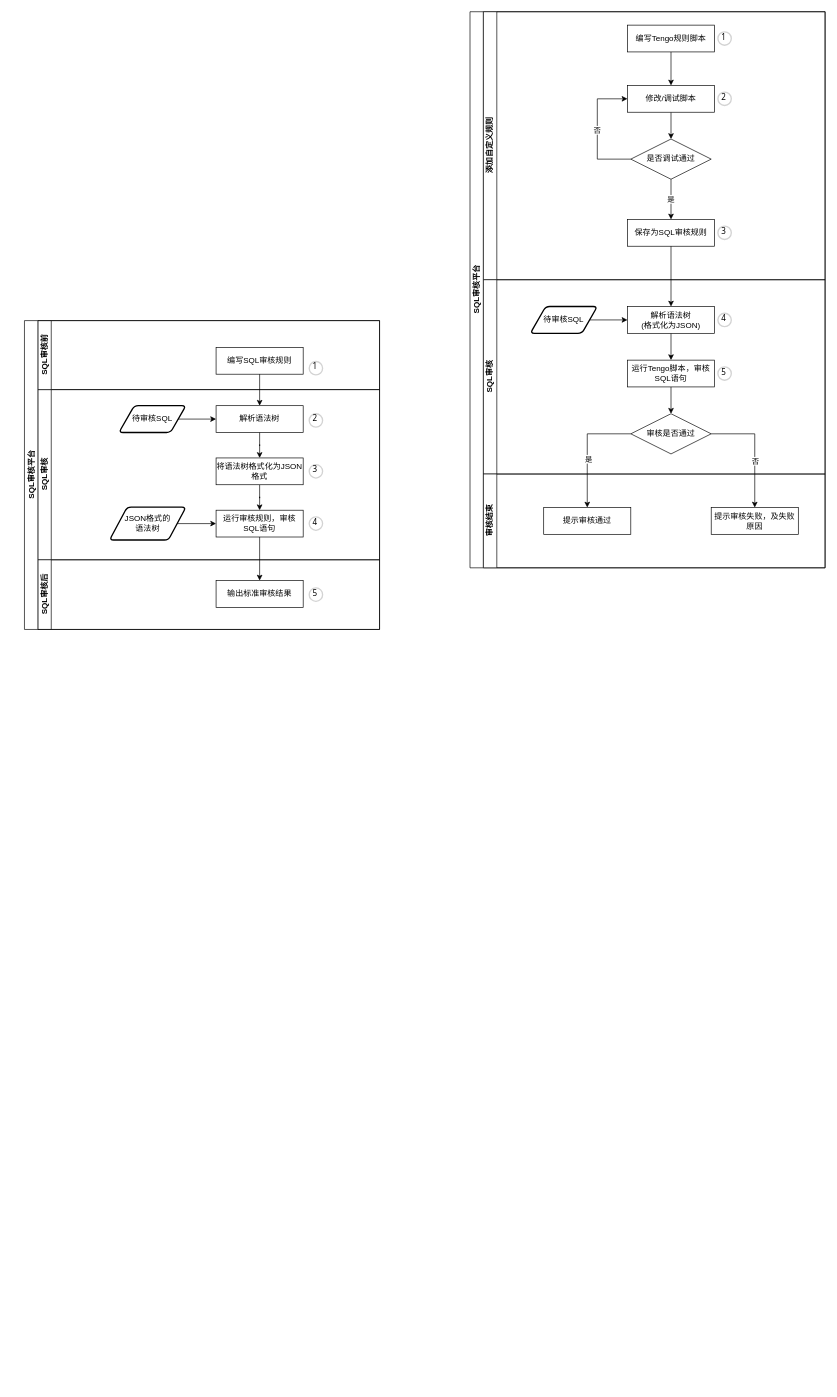
This is tengo-rule.drawio from ColdWaterLW/drawio, a draw.io file, before an edit. Source tidied: cells renumbered, new cells numbered last; positions are measured from the earlier drawing's top-left corner, leaving out a move shared by most shapes. Both pictures are drawn from the tidied source at 67%, with x=0, y=0 at pixel (24, 11).
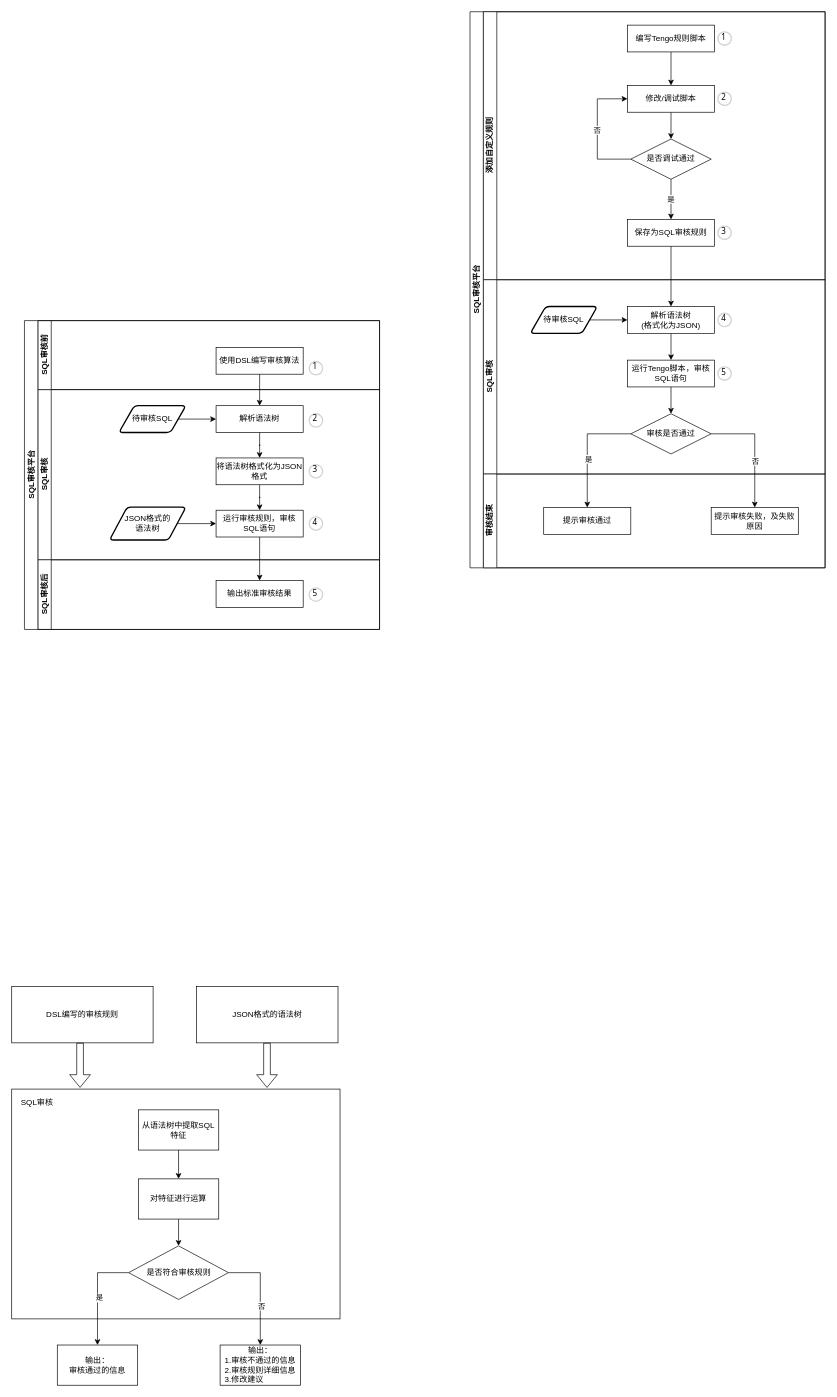
The same page after the edit.

Unchanged cells that the change refers to:
```xml
<mxCell id="34" style="group;" parent="1" vertex="1">
  <mxGeometry y="461" width="530" height="461" as="geometry" />
</mxCell>
```

Change to the diagram source:
```diff
@@
-    <mxCell id="37" value="编写SQL审核规则" style="rounded=0;whiteSpace=wrap;html=1;fontFamily=Helvetica;fontSize=12;fontColor=#000000;align=center;" parent="34" vertex="1">
+    <mxCell id="37" value="&lt;font face=&quot;宋体&quot;&gt;使用DSL编写审核算法&lt;/font&gt;" style="rounded=0;whiteSpace=wrap;html=1;fontFamily=Helvetica;fontSize=12;fontColor=#000000;align=center;" parent="34" vertex="1">
       <mxGeometry x="286" y="40" width="130" height="40" as="geometry" />
     </mxCell>
@@
+    <mxCell id="57" value="JSON格式的语法树" style="rounded=0;whiteSpace=wrap;html=1;" parent="1" vertex="1">
+      <mxGeometry x="257" y="1455" width="211" height="84" as="geometry" />
+    </mxCell>
+    <mxCell id="58" style="rounded=0;whiteSpace=wrap;html=1;" parent="1" vertex="1">
+      <mxGeometry x="-19" y="1608" width="490" height="343" as="geometry" />
+    </mxCell>
+    <mxCell id="59" style="edgeStyle=orthogonalEdgeStyle;rounded=0;jettySize=auto;html=1;entryX=0.5;entryY=0;entryDx=0;entryDy=0;" parent="1" edge="1" source="60" target="62">
+      <mxGeometry relative="1" as="geometry" />
+    </mxCell>
+    <mxCell id="60" value="从语法树中提取SQL特征" style="rounded=0;whiteSpace=wrap;html=1;" parent="1" vertex="1">
+      <mxGeometry x="170" y="1639" width="120" height="60" as="geometry" />
+    </mxCell>
+    <mxCell id="61" style="edgeStyle=orthogonalEdgeStyle;rounded=0;jettySize=auto;html=1;" parent="1" edge="1" source="62" target="73">
+      <mxGeometry relative="1" as="geometry" />
+    </mxCell>
+    <mxCell id="62" value="对特征进行运算" style="rounded=0;whiteSpace=wrap;html=1;" parent="1" vertex="1">
+      <mxGeometry x="170" y="1742" width="120" height="60" as="geometry" />
+    </mxCell>
+    <mxCell id="63" value="输出：&lt;br&gt;审核通过的信息" style="rounded=0;whiteSpace=wrap;html=1;" parent="1" vertex="1">
+      <mxGeometry x="49" y="1990" width="120" height="60" as="geometry" />
+    </mxCell>
+    <mxCell id="64" value="输出：&lt;br&gt;1.审核不通过的信息&lt;br&gt;&lt;div style=&quot;text-align: left;&quot;&gt;&lt;span style=&quot;background-color: initial;&quot;&gt;2.审核规则详细信息&lt;br&gt;3.修改建议&lt;/span&gt;&lt;/div&gt;" style="rounded=0;whiteSpace=wrap;html=1;" parent="1" vertex="1">
+      <mxGeometry x="292" y="1990" width="120" height="60" as="geometry" />
+    </mxCell>
+    <mxCell id="65" value="DSL编写的审核规则" style="rounded=0;whiteSpace=wrap;html=1;" parent="1" vertex="1">
+      <mxGeometry x="-19" y="1455" width="211" height="84" as="geometry" />
+    </mxCell>
+    <mxCell id="66" style="shape=flexArrow;endArrow=classic;html=1;rounded=0;" parent="1" edge="1">
+      <mxGeometry relative="1" as="geometry">
+        <mxPoint x="83" y="1539" as="sourcePoint" />
+        <mxPoint x="83" y="1606" as="targetPoint" />
+      </mxGeometry>
+    </mxCell>
+    <mxCell id="67" style="shape=flexArrow;endArrow=classic;html=1;rounded=0;" parent="1" edge="1">
+      <mxGeometry relative="1" as="geometry">
+        <mxPoint x="362" y="1539" as="sourcePoint" />
+        <mxPoint x="362" y="1606" as="targetPoint" />
+      </mxGeometry>
+    </mxCell>
+    <mxCell id="68" value="SQL审核" style="text;html=1;strokeColor=none;fillColor=none;align=center;verticalAlign=middle;whiteSpace=wrap;rounded=0;" parent="1" vertex="1">
+      <mxGeometry x="-11" y="1613" width="60" height="30" as="geometry" />
+    </mxCell>
+    <mxCell id="69" style="edgeStyle=orthogonalEdgeStyle;rounded=0;jettySize=auto;html=1;entryX=0.5;entryY=0;entryDx=0;entryDy=0;" parent="1" edge="1" source="73" target="63">
+      <mxGeometry relative="1" as="geometry">
+        <Array as="points">
+          <mxPoint x="109" y="1882" />
+        </Array>
+      </mxGeometry>
+    </mxCell>
+    <mxCell id="70" value="是" style="edgeLabel;html=1;align=center;verticalAlign=middle;" parent="69" vertex="1">
+      <mxGeometry x="0.09" y="2" relative="1" as="geometry" />
+    </mxCell>
+    <mxCell id="71" style="edgeStyle=orthogonalEdgeStyle;rounded=0;jettySize=auto;html=1;entryX=0.5;entryY=0;entryDx=0;entryDy=0;" parent="1" edge="1" source="73" target="64">
+      <mxGeometry relative="1" as="geometry">
+        <Array as="points">
+          <mxPoint x="352" y="1882" />
+        </Array>
+      </mxGeometry>
+    </mxCell>
+    <mxCell id="72" value="否" style="edgeLabel;html=1;align=center;verticalAlign=middle;" parent="71" vertex="1">
+      <mxGeometry x="0.25" y="1" relative="1" as="geometry" />
+    </mxCell>
+    <mxCell id="73" value="是否符合审核规则" style="rhombus;whiteSpace=wrap;html=1;" parent="1" vertex="1">
+      <mxGeometry x="155.5" y="1842" width="149" height="80" as="geometry" />
+    </mxCell>
```
